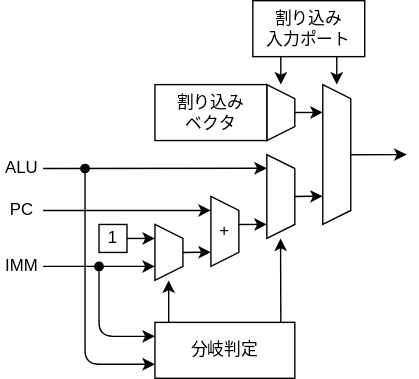
This is Lab/Computer/Micon/01_CPU/img/pfc.dio.svg from amane-uehara/kanade-k-1228.github.io, a draw.io export, as it was before one commit. Source tidied: cells renumbered, new cells last; positions are measured from the earlier drawing's top-left corner, leaving out a move shared by most shapes.
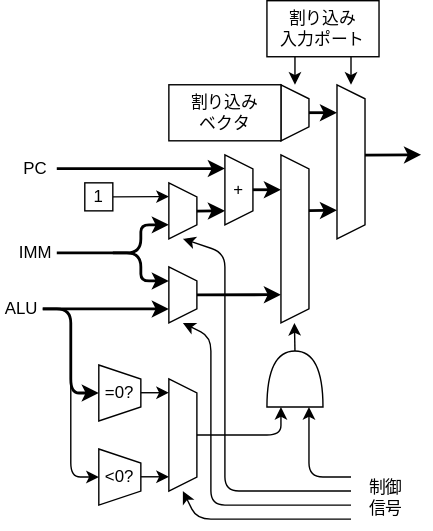
The same diagram one commit later.

The edit, as a diff of the source:
```diff
@@ -3,7 +3,7 @@
     <mxCell id="0" />
     <mxCell id="1" parent="0" />
     <mxCell id="2" style="shape=trapezoid;perimeter=trapezoidPerimeter;whiteSpace=wrap;html=1;fixedSize=1;direction=south;size=10;" parent="1" vertex="1">
-      <mxGeometry x="230" y="60" width="20" height="100" as="geometry" />
+      <mxGeometry x="230" y="60" width="20" height="110" as="geometry" />
     </mxCell>
     <mxCell id="3" style="shape=trapezoid;perimeter=trapezoidPerimeter;whiteSpace=wrap;html=1;fixedSize=1;direction=south;size=10;" parent="1" vertex="1">
       <mxGeometry x="190" y="60" width="20" height="40" as="geometry" />
@@ -26,113 +26,202 @@
         <mxPoint x="240" y="60" as="targetPoint" />
       </mxGeometry>
     </mxCell>
-    <mxCell id="8" style="endArrow=classic;html=1;" parent="1" edge="1">
+    <mxCell id="8" style="endArrow=classic;html=1;strokeWidth=2;" parent="1" edge="1">
       <mxGeometry relative="1" as="geometry">
         <mxPoint x="210" y="79.9" as="sourcePoint" />
         <mxPoint x="230" y="79.9" as="targetPoint" />
       </mxGeometry>
     </mxCell>
     <mxCell id="9" value="+" style="shape=trapezoid;perimeter=trapezoidPerimeter;whiteSpace=wrap;html=1;fixedSize=1;direction=south;size=10;" parent="1" vertex="1">
-      <mxGeometry x="150" y="140" width="20" height="50" as="geometry" />
+      <mxGeometry x="150" y="110" width="20" height="50" as="geometry" />
     </mxCell>
-    <mxCell id="10" style="endArrow=classic;html=1;" parent="1" edge="1">
+    <mxCell id="10" style="endArrow=classic;html=1;strokeWidth=2;" parent="1" edge="1">
       <mxGeometry relative="1" as="geometry">
-        <mxPoint x="170" y="160" as="sourcePoint" />
-        <mxPoint x="190" y="160" as="targetPoint" />
+        <mxPoint x="170" y="134.9" as="sourcePoint" />
+        <mxPoint x="190" y="134.9" as="targetPoint" />
       </mxGeometry>
     </mxCell>
     <mxCell id="11" style="shape=trapezoid;perimeter=trapezoidPerimeter;whiteSpace=wrap;html=1;fixedSize=1;direction=south;size=10;" parent="1" vertex="1">
-      <mxGeometry x="110" y="160" width="20" height="40" as="geometry" />
+      <mxGeometry x="110" y="130" width="20" height="40" as="geometry" />
     </mxCell>
-    <mxCell id="12" style="endArrow=classic;html=1;" parent="1" edge="1">
+    <mxCell id="12" style="endArrow=classic;html=1;strokeWidth=2;" parent="1" edge="1">
       <mxGeometry relative="1" as="geometry">
-        <mxPoint x="30" y="120" as="sourcePoint" />
-        <mxPoint x="190" y="119.8" as="targetPoint" />
+        <mxPoint x="130" y="210" as="sourcePoint" />
+        <mxPoint x="190" y="209.8" as="targetPoint" />
       </mxGeometry>
     </mxCell>
     <mxCell id="13" style="endArrow=classic;html=1;" parent="1" edge="1">
       <mxGeometry relative="1" as="geometry">
-        <mxPoint x="90" y="170" as="sourcePoint" />
-        <mxPoint x="110" y="170" as="targetPoint" />
+        <mxPoint x="70" y="140" as="sourcePoint" />
+        <mxPoint x="110" y="139.8" as="targetPoint" />
       </mxGeometry>
     </mxCell>
-    <mxCell id="14" style="endArrow=classic;html=1;" parent="1" edge="1">
+    <mxCell id="14" style="endArrow=classic;html=1;strokeWidth=2;" parent="1" edge="1">
       <mxGeometry relative="1" as="geometry">
-        <mxPoint x="30" y="190" as="sourcePoint" />
-        <mxPoint x="110" y="190" as="targetPoint" />
+        <mxPoint x="70" y="180" as="sourcePoint" />
+        <mxPoint x="110" y="160" as="targetPoint" />
+        <Array as="points">
+          <mxPoint x="90" y="180" />
+          <mxPoint x="90" y="160" />
+        </Array>
       </mxGeometry>
     </mxCell>
-    <mxCell id="15" style="endArrow=classic;html=1;" parent="1" edge="1">
+    <mxCell id="15" style="endArrow=classic;html=1;strokeWidth=2;" parent="1" edge="1">
       <mxGeometry relative="1" as="geometry">
-        <mxPoint x="130" y="180" as="sourcePoint" />
-        <mxPoint x="150" y="179.8" as="targetPoint" />
+        <mxPoint x="130" y="150.2" as="sourcePoint" />
+        <mxPoint x="150" y="150" as="targetPoint" />
       </mxGeometry>
     </mxCell>
-    <mxCell id="16" value="分岐判定" style="rounded=0;whiteSpace=wrap;html=1;" parent="1" vertex="1">
-      <mxGeometry x="110" y="230" width="100" height="40" as="geometry" />
-    </mxCell>
-    <mxCell id="17" style="endArrow=classic;html=1;" parent="1" edge="1">
+    <mxCell id="17" style="endArrow=classic;html=1;strokeWidth=2;" parent="1" edge="1">
       <mxGeometry relative="1" as="geometry">
-        <mxPoint x="30" y="150" as="sourcePoint" />
-        <mxPoint x="150" y="150" as="targetPoint" />
+        <mxPoint x="30" y="119.8" as="sourcePoint" />
+        <mxPoint x="150" y="119.8" as="targetPoint" />
       </mxGeometry>
     </mxCell>
     <mxCell id="18" style="shape=trapezoid;perimeter=trapezoidPerimeter;whiteSpace=wrap;html=1;fixedSize=1;direction=south;size=10;" parent="1" vertex="1">
-      <mxGeometry x="190" y="110" width="20" height="60" as="geometry" />
+      <mxGeometry x="190" y="110" width="20" height="120" as="geometry" />
     </mxCell>
-    <mxCell id="19" style="endArrow=classic;html=1;" parent="1" edge="1">
+    <mxCell id="19" style="endArrow=classic;html=1;strokeWidth=2;" parent="1" edge="1">
       <mxGeometry relative="1" as="geometry">
-        <mxPoint x="210" y="140" as="sourcePoint" />
-        <mxPoint x="230" y="139.8" as="targetPoint" />
+        <mxPoint x="210" y="149.8" as="sourcePoint" />
+        <mxPoint x="230" y="149.6" as="targetPoint" />
       </mxGeometry>
     </mxCell>
-    <mxCell id="20" style="endArrow=classic;html=1;" parent="1" edge="1">
+    <mxCell id="20" style="endArrow=classic;html=1;strokeWidth=2;" parent="1" edge="1">
       <mxGeometry relative="1" as="geometry">
         <mxPoint x="250" y="110.2" as="sourcePoint" />
         <mxPoint x="290" y="110" as="targetPoint" />
       </mxGeometry>
     </mxCell>
     <mxCell id="21" value="1" style="rounded=0;whiteSpace=wrap;html=1;" parent="1" vertex="1">
-      <mxGeometry x="70" y="160" width="20" height="20" as="geometry" />
+      <mxGeometry x="50" y="130" width="20" height="20" as="geometry" />
     </mxCell>
     <mxCell id="22" value="ALU" style="text;html=1;strokeColor=none;fillColor=none;align=center;verticalAlign=middle;whiteSpace=wrap;rounded=0;" parent="1" vertex="1">
-      <mxGeometry y="110" width="30" height="20" as="geometry" />
+      <mxGeometry x="-10" y="210" width="30" height="20" as="geometry" />
     </mxCell>
     <mxCell id="23" value="IMM" style="text;html=1;strokeColor=none;fillColor=none;align=center;verticalAlign=middle;whiteSpace=wrap;rounded=0;" parent="1" vertex="1">
-      <mxGeometry y="180" width="30" height="20" as="geometry" />
+      <mxGeometry y="170" width="30" height="20" as="geometry" />
     </mxCell>
     <mxCell id="24" value="PC" style="text;html=1;strokeColor=none;fillColor=none;align=center;verticalAlign=middle;whiteSpace=wrap;rounded=0;" parent="1" vertex="1">
-      <mxGeometry y="140" width="30" height="20" as="geometry" />
+      <mxGeometry y="110" width="30" height="20" as="geometry" />
     </mxCell>
-    <mxCell id="25" style="endArrow=classic;html=1;" parent="1" edge="1">
-      <mxGeometry relative="1" as="geometry">
-        <mxPoint x="119.8" y="230" as="sourcePoint" />
-        <mxPoint x="119.8" y="200" as="targetPoint" />
-      </mxGeometry>
-    </mxCell>
     <mxCell id="26" style="endArrow=classic;html=1;" parent="1" edge="1">
       <mxGeometry relative="1" as="geometry">
-        <mxPoint x="200" y="230" as="sourcePoint" />
-        <mxPoint x="199.8" y="170" as="targetPoint" />
+        <mxPoint x="200" y="250" as="sourcePoint" />
+        <mxPoint x="199.6" y="230" as="targetPoint" />
       </mxGeometry>
     </mxCell>
-    <mxCell id="27" style="endArrow=classic;html=1;startArrow=oval;startFill=1;" parent="1" edge="1">
-      <mxGeometry relative="1" as="geometry">
-        <mxPoint x="70" y="190" as="sourcePoint" />
-        <mxPoint x="110" y="240" as="targetPoint" />
-        <Array as="points">
-          <mxPoint x="70" y="240" />
-        </Array>
-      </mxGeometry>
-    </mxCell>
-    <mxCell id="28" style="endArrow=classic;html=1;startArrow=oval;startFill=1;" parent="1" edge="1">
+    <mxCell id="28" style="endArrow=classic;html=1;startArrow=none;startFill=0;strokeWidth=2;" parent="1" edge="1">
       <mxGeometry relative="1" as="geometry">
-        <mxPoint x="60" y="120" as="sourcePoint" />
-        <mxPoint x="110" y="260" as="targetPoint" />
+        <mxPoint x="20" y="220" as="sourcePoint" />
+        <mxPoint x="60" y="280" as="targetPoint" />
         <Array as="points">
-          <mxPoint x="60" y="260" />
+          <mxPoint x="40" y="220" />
+          <mxPoint x="40" y="280" />
         </Array>
       </mxGeometry>
     </mxCell>
+    <mxCell id="29" style="endArrow=classic;html=1;" parent="1" edge="1">
+      <mxGeometry relative="1" as="geometry">
+        <mxPoint x="240" y="350" as="sourcePoint" />
+        <mxPoint x="120" y="170" as="targetPoint" />
+        <Array as="points">
+          <mxPoint x="150" y="350" />
+          <mxPoint x="150" y="180" />
+        </Array>
+      </mxGeometry>
+    </mxCell>
+    <mxCell id="30" value="制御信号" style="text;html=1;strokeColor=none;fillColor=none;align=center;verticalAlign=middle;whiteSpace=wrap;rounded=0;" parent="1" vertex="1">
+      <mxGeometry x="250" y="340" width="30" height="30" as="geometry" />
+    </mxCell>
+    <mxCell id="31" value="=0?" style="shape=trapezoid;perimeter=trapezoidPerimeter;whiteSpace=wrap;html=1;fixedSize=1;direction=south;size=10;" parent="1" vertex="1">
+      <mxGeometry x="60" y="260" width="30" height="40" as="geometry" />
+    </mxCell>
+    <mxCell id="32" value="&amp;lt;0?" style="shape=trapezoid;perimeter=trapezoidPerimeter;whiteSpace=wrap;html=1;fixedSize=1;direction=south;size=10;" parent="1" vertex="1">
+      <mxGeometry x="60" y="320" width="30" height="40" as="geometry" />
+    </mxCell>
+    <mxCell id="33" style="endArrow=classic;html=1;startArrow=none;startFill=0;" parent="1" edge="1">
+      <mxGeometry relative="1" as="geometry">
+        <mxPoint x="40" y="260" as="sourcePoint" />
+        <mxPoint x="60" y="340" as="targetPoint" />
+        <Array as="points">
+          <mxPoint x="40" y="340" />
+        </Array>
+      </mxGeometry>
+    </mxCell>
+    <mxCell id="34" style="shape=trapezoid;perimeter=trapezoidPerimeter;whiteSpace=wrap;html=1;fixedSize=1;direction=south;size=10;" parent="1" vertex="1">
+      <mxGeometry x="110" y="270" width="20" height="80" as="geometry" />
+    </mxCell>
+    <mxCell id="35" style="endArrow=classic;html=1;" parent="1" edge="1">
+      <mxGeometry relative="1" as="geometry">
+        <mxPoint x="90" y="279.8" as="sourcePoint" />
+        <mxPoint x="110" y="279.8" as="targetPoint" />
+      </mxGeometry>
+    </mxCell>
+    <mxCell id="36" style="endArrow=classic;html=1;" parent="1" edge="1">
+      <mxGeometry relative="1" as="geometry">
+        <mxPoint x="90" y="339.8" as="sourcePoint" />
+        <mxPoint x="110" y="339.8" as="targetPoint" />
+      </mxGeometry>
+    </mxCell>
+    <mxCell id="37" style="shape=or;whiteSpace=wrap;html=1;direction=north;" parent="1" vertex="1">
+      <mxGeometry x="180" y="250" width="40" height="40" as="geometry" />
+    </mxCell>
+    <mxCell id="38" style="endArrow=classic;html=1;" parent="1" edge="1">
+      <mxGeometry relative="1" as="geometry">
+        <mxPoint x="130" y="310" as="sourcePoint" />
+        <mxPoint x="190" y="290" as="targetPoint" />
+        <Array as="points">
+          <mxPoint x="190" y="310" />
+        </Array>
+      </mxGeometry>
+    </mxCell>
+    <mxCell id="39" style="shape=trapezoid;perimeter=trapezoidPerimeter;whiteSpace=wrap;html=1;fixedSize=1;direction=south;size=10;" parent="1" vertex="1">
+      <mxGeometry x="110" y="190" width="20" height="40" as="geometry" />
+    </mxCell>
+    <mxCell id="40" style="endArrow=classic;html=1;strokeWidth=2;" parent="1" edge="1">
+      <mxGeometry relative="1" as="geometry">
+        <mxPoint x="20" y="220" as="sourcePoint" />
+        <mxPoint x="110" y="220" as="targetPoint" />
+      </mxGeometry>
+    </mxCell>
+    <mxCell id="41" style="endArrow=classic;html=1;strokeWidth=2;" parent="1" edge="1">
+      <mxGeometry relative="1" as="geometry">
+        <mxPoint x="30" y="180" as="sourcePoint" />
+        <mxPoint x="110" y="200" as="targetPoint" />
+        <Array as="points">
+          <mxPoint x="90" y="180" />
+          <mxPoint x="90" y="200" />
+        </Array>
+      </mxGeometry>
+    </mxCell>
+    <mxCell id="42" style="endArrow=classic;html=1;" parent="1" edge="1">
+      <mxGeometry relative="1" as="geometry">
+        <mxPoint x="240" y="360" as="sourcePoint" />
+        <mxPoint x="120" y="230" as="targetPoint" />
+        <Array as="points">
+          <mxPoint x="140" y="360" />
+          <mxPoint x="140" y="240" />
+        </Array>
+      </mxGeometry>
+    </mxCell>
+    <mxCell id="43" style="endArrow=classic;html=1;" parent="1" edge="1">
+      <mxGeometry relative="1" as="geometry">
+        <mxPoint x="240" y="340" as="sourcePoint" />
+        <mxPoint x="210" y="290" as="targetPoint" />
+        <Array as="points">
+          <mxPoint x="210" y="340" />
+        </Array>
+      </mxGeometry>
+    </mxCell>
+    <mxCell id="44" style="endArrow=classic;html=1;" parent="1" edge="1">
+      <mxGeometry relative="1" as="geometry">
+        <mxPoint x="240" y="370" as="sourcePoint" />
+        <mxPoint x="120" y="350" as="targetPoint" />
+        <Array as="points">
+          <mxPoint x="130" y="370" />
+        </Array>
+      </mxGeometry>
+    </mxCell>
   </root>
 </mxGraphModel>
```
